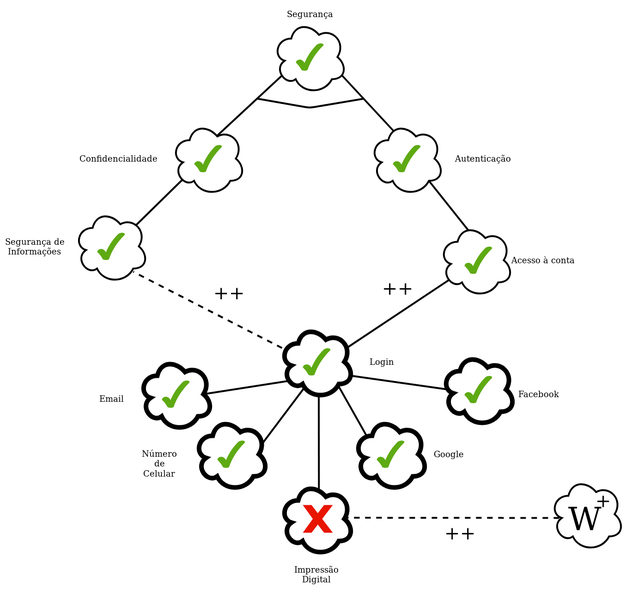
This is docs/assets/images/NFR/NFR-Confiabilidade.png from Requisitos-de-Software/2019.2-Deezer, a draw.io export, as it was before one commit. Source tidied: cells renumbered, new cells last; positions are measured from the earlier drawing's top-left corner, leaving out a move shared by most shapes.
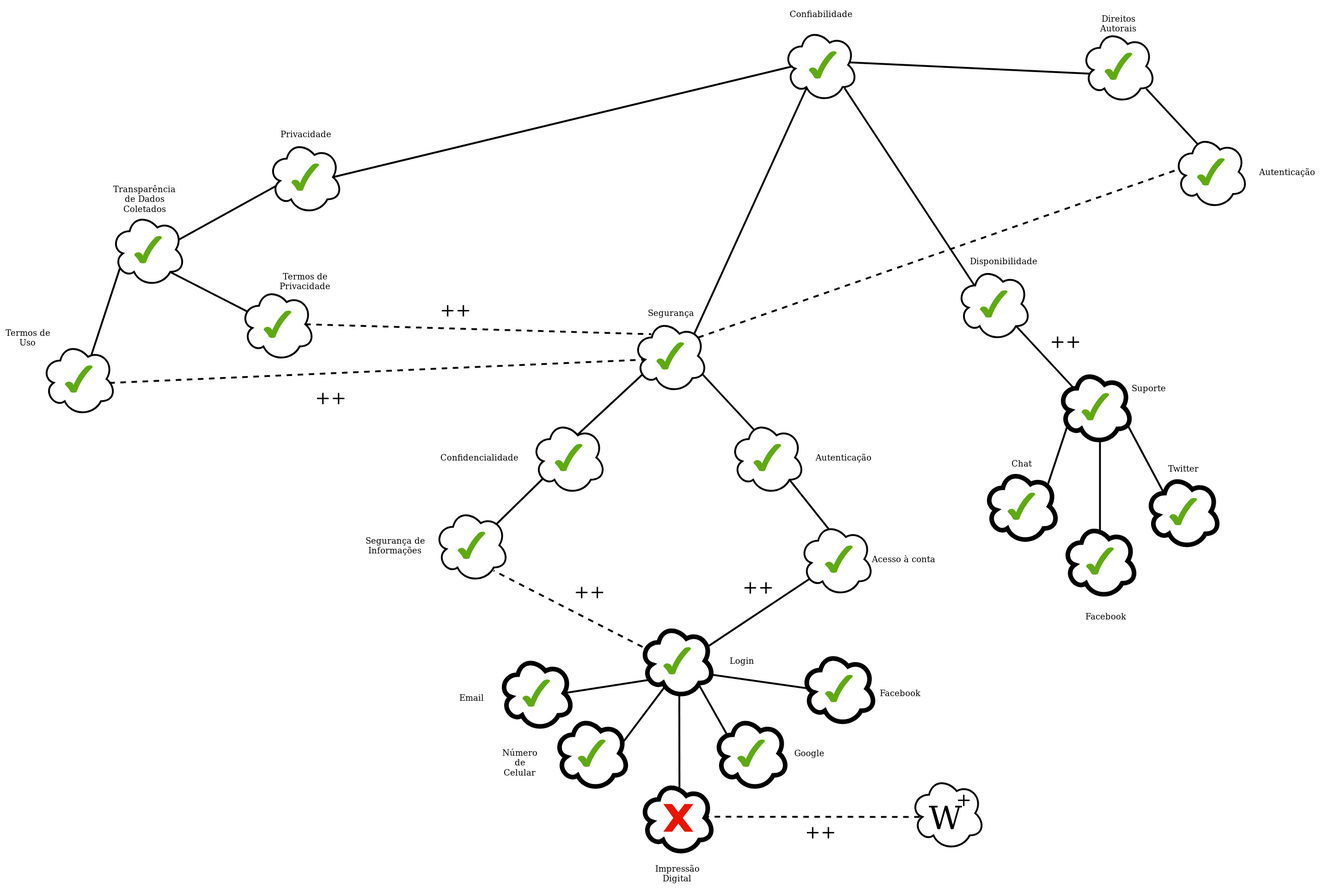
After the commit.

Diff of the diagram source:
```diff
@@ -20,15 +20,6 @@
         <mxPoint x="870" y="303" as="targetPoint" />
       </mxGeometry>
     </mxCell>
-    <mxCell id="6" style="endArrow=none;html=1;strokeWidth=4;" parent="1" edge="1">
-      <mxGeometry relative="1" as="geometry">
-        <mxPoint x="556" y="213" as="sourcePoint" />
-        <mxPoint x="788" y="213" as="targetPoint" />
-        <Array as="points">
-          <mxPoint x="670" y="233" />
-        </Array>
-      </mxGeometry>
-    </mxCell>
     <mxCell id="7" style="ellipse;shape=cloud;whiteSpace=wrap;html=1;strokeWidth=4;" parent="1" vertex="1">
       <mxGeometry x="370" y="263" width="160" height="160" as="geometry" />
     </mxCell>
@@ -193,5 +184,206 @@
     <mxCell id="53" value="&lt;font style=&quot;font-size: 40px&quot;&gt;+&lt;/font&gt;&lt;font style=&quot;font-size: 40px&quot;&gt;+&lt;/font&gt;" style="rounded=0;whiteSpace=wrap;html=1;strokeColor=none;fillColor=none;" parent="1" vertex="1">
       <mxGeometry x="960" y="1133" width="70" height="40" as="geometry" />
     </mxCell>
+    <mxCell id="54" style="ellipse;shape=cloud;whiteSpace=wrap;html=1;strokeWidth=4;" parent="1" vertex="1">
+      <mxGeometry x="915" y="-587" width="160" height="160" as="geometry" />
+    </mxCell>
+    <mxCell id="55" value="&lt;font style=&quot;font-size: 18px&quot;&gt;Confiabilidade&lt;/font&gt;" style="rounded=0;whiteSpace=wrap;html=1;strokeColor=none;fillColor=none;" parent="1" vertex="1">
+      <mxGeometry x="935" y="-647" width="120" height="60" as="geometry" />
+    </mxCell>
+    <mxCell id="56" style="verticalLabelPosition=bottom;verticalAlign=top;html=1;shape=mxgraph.basic.tick;strokeWidth=4;fillColor=#5EAA13;strokeColor=none;" parent="1" vertex="1">
+      <mxGeometry x="970" y="-537" width="60" height="60" as="geometry" />
+    </mxCell>
+    <mxCell id="57" style="endArrow=none;html=1;strokeWidth=4;exitX=0.819;exitY=0.213;exitDx=0;exitDy=0;exitPerimeter=0;" parent="1" edge="1" source="2">
+      <mxGeometry relative="1" as="geometry">
+        <mxPoint x="965" y="-457" as="targetPoint" />
+      </mxGeometry>
+    </mxCell>
+    <mxCell id="58" style="endArrow=none;html=1;strokeWidth=4;exitX=0.875;exitY=0.5;exitDx=0;exitDy=0;exitPerimeter=0;" parent="1" edge="1" source="59">
+      <mxGeometry relative="1" as="geometry">
+        <mxPoint x="935" y="-504" as="targetPoint" />
+      </mxGeometry>
+    </mxCell>
+    <mxCell id="59" style="ellipse;shape=cloud;whiteSpace=wrap;html=1;strokeWidth=4;" parent="1" vertex="1">
+      <mxGeometry x="-200" y="-344" width="160" height="160" as="geometry" />
+    </mxCell>
+    <mxCell id="60" value="&lt;font style=&quot;font-size: 18px&quot;&gt;Privacidade&lt;/font&gt;" style="rounded=0;whiteSpace=wrap;html=1;strokeColor=none;fillColor=none;" parent="1" vertex="1">
+      <mxGeometry x="-180" y="-387" width="120" height="60" as="geometry" />
+    </mxCell>
+    <mxCell id="61" style="verticalLabelPosition=bottom;verticalAlign=top;html=1;shape=mxgraph.basic.tick;strokeWidth=4;fillColor=#5EAA13;strokeColor=none;" parent="1" vertex="1">
+      <mxGeometry x="-150" y="-294" width="60" height="60" as="geometry" />
+    </mxCell>
+    <mxCell id="62" style="endArrow=none;html=1;strokeWidth=4;" parent="1" edge="1">
+      <mxGeometry relative="1" as="geometry">
+        <mxPoint x="-402" y="-124" as="sourcePoint" />
+        <mxPoint x="-183" y="-245" as="targetPoint" />
+      </mxGeometry>
+    </mxCell>
+    <mxCell id="63" style="ellipse;shape=cloud;whiteSpace=wrap;html=1;strokeWidth=4;" parent="1" vertex="1">
+      <mxGeometry x="-540" y="-187" width="160" height="160" as="geometry" />
+    </mxCell>
+    <mxCell id="64" style="verticalLabelPosition=bottom;verticalAlign=top;html=1;shape=mxgraph.basic.tick;strokeWidth=4;fillColor=#5EAA13;strokeColor=none;" parent="1" vertex="1">
+      <mxGeometry x="-490" y="-137" width="60" height="60" as="geometry" />
+    </mxCell>
+    <mxCell id="65" value="&lt;font style=&quot;font-size: 18px&quot;&gt;Transparência de Dados Coletados&lt;/font&gt;" style="rounded=0;whiteSpace=wrap;html=1;strokeColor=none;fillColor=none;" parent="1" vertex="1">
+      <mxGeometry x="-530" y="-247" width="120" height="60" as="geometry" />
+    </mxCell>
+    <mxCell id="66" style="endArrow=none;html=1;strokeWidth=4;" parent="1" edge="1">
+      <mxGeometry relative="1" as="geometry">
+        <mxPoint x="-590" y="143" as="sourcePoint" />
+        <mxPoint x="-521" y="-67" as="targetPoint" />
+      </mxGeometry>
+    </mxCell>
+    <mxCell id="67" style="endArrow=none;html=1;strokeWidth=4;entryX=0.1;entryY=0.334;entryDx=0;entryDy=0;entryPerimeter=0;" parent="1" edge="1">
+      <mxGeometry relative="1" as="geometry">
+        <mxPoint x="-411" y="-58" as="sourcePoint" />
+        <mxPoint x="-245" y="26.9" as="targetPoint" />
+      </mxGeometry>
+    </mxCell>
+    <mxCell id="68" style="ellipse;shape=cloud;whiteSpace=wrap;html=1;strokeWidth=4;" parent="1" vertex="1">
+      <mxGeometry x="-690" y="93" width="160" height="160" as="geometry" />
+    </mxCell>
+    <mxCell id="69" style="verticalLabelPosition=bottom;verticalAlign=top;html=1;shape=mxgraph.basic.tick;strokeWidth=4;fillColor=#5EAA13;strokeColor=none;" parent="1" vertex="1">
+      <mxGeometry x="-640" y="143" width="60" height="60" as="geometry" />
+    </mxCell>
+    <mxCell id="70" style="ellipse;shape=cloud;whiteSpace=wrap;html=1;strokeWidth=4;" parent="1" vertex="1">
+      <mxGeometry x="-260" y="-25.5" width="160" height="160" as="geometry" />
+    </mxCell>
+    <mxCell id="71" style="verticalLabelPosition=bottom;verticalAlign=top;html=1;shape=mxgraph.basic.tick;strokeWidth=4;fillColor=#5EAA13;strokeColor=none;" parent="1" vertex="1">
+      <mxGeometry x="-210" y="24.5" width="60" height="60" as="geometry" />
+    </mxCell>
+    <mxCell id="72" value="&lt;font style=&quot;font-size: 18px&quot;&gt;Termos de Uso&lt;br&gt;&lt;/font&gt;" style="rounded=0;whiteSpace=wrap;html=1;strokeColor=none;fillColor=none;" parent="1" vertex="1">
+      <mxGeometry x="-780" y="53" width="120" height="60" as="geometry" />
+    </mxCell>
+    <mxCell id="73" value="&lt;font style=&quot;font-size: 18px&quot;&gt;Termos de Privacidade&lt;br&gt;&lt;/font&gt;" style="rounded=0;whiteSpace=wrap;html=1;strokeColor=none;fillColor=none;" parent="1" vertex="1">
+      <mxGeometry x="-180" y="-68.5" width="120" height="60" as="geometry" />
+    </mxCell>
+    <mxCell id="74" style="endArrow=none;dashed=1;html=1;strokeWidth=4;exitX=0.875;exitY=0.5;exitDx=0;exitDy=0;exitPerimeter=0;entryX=0.244;entryY=0.206;entryDx=0;entryDy=0;entryPerimeter=0;" parent="1" edge="1" source="70" target="2">
+      <mxGeometry relative="1" as="geometry" />
+    </mxCell>
+    <mxCell id="75" value="&lt;font style=&quot;font-size: 40px&quot;&gt;+&lt;/font&gt;&lt;font style=&quot;font-size: 40px&quot;&gt;+&lt;/font&gt;" style="rounded=0;whiteSpace=wrap;html=1;strokeColor=none;fillColor=none;" parent="1" vertex="1">
+      <mxGeometry x="170" y="3" width="70" height="40" as="geometry" />
+    </mxCell>
+    <mxCell id="76" style="endArrow=none;dashed=1;html=1;strokeWidth=4;exitX=0.875;exitY=0.5;exitDx=0;exitDy=0;exitPerimeter=0;entryX=0.16;entryY=0.55;entryDx=0;entryDy=0;entryPerimeter=0;" parent="1" edge="1" target="2">
+      <mxGeometry relative="1" as="geometry">
+        <mxPoint x="-544" y="181.5" as="sourcePoint" />
+      </mxGeometry>
+    </mxCell>
+    <mxCell id="77" value="&lt;font style=&quot;font-size: 40px&quot;&gt;+&lt;/font&gt;&lt;font style=&quot;font-size: 40px&quot;&gt;+&lt;/font&gt;" style="rounded=0;whiteSpace=wrap;html=1;strokeColor=none;fillColor=none;" parent="1" vertex="1">
+      <mxGeometry x="-100" y="193" width="70" height="40" as="geometry" />
+    </mxCell>
+    <mxCell id="78" style="endArrow=none;html=1;strokeWidth=4;" parent="1" edge="1">
+      <mxGeometry relative="1" as="geometry">
+        <mxPoint x="1330" y="-27" as="sourcePoint" />
+        <mxPoint x="1047" y="-457" as="targetPoint" />
+      </mxGeometry>
+    </mxCell>
+    <mxCell id="79" style="ellipse;shape=cloud;whiteSpace=wrap;html=1;strokeWidth=4;" parent="1" vertex="1">
+      <mxGeometry x="1290" y="-69.5" width="160" height="160" as="geometry" />
+    </mxCell>
+    <mxCell id="80" value="&lt;font style=&quot;font-size: 18px&quot;&gt;Disponibilidade&lt;/font&gt;" style="rounded=0;whiteSpace=wrap;html=1;strokeColor=none;fillColor=none;" parent="1" vertex="1">
+      <mxGeometry x="1331" y="-112.5" width="120" height="60" as="geometry" />
+    </mxCell>
+    <mxCell id="81" style="verticalLabelPosition=bottom;verticalAlign=top;html=1;shape=mxgraph.basic.tick;strokeWidth=4;fillColor=#5EAA13;strokeColor=none;" parent="1" vertex="1">
+      <mxGeometry x="1340" y="-19.5" width="60" height="60" as="geometry" />
+    </mxCell>
+    <mxCell id="82" style="endArrow=none;html=1;strokeWidth=4;" parent="1" edge="1">
+      <mxGeometry relative="1" as="geometry">
+        <mxPoint x="1600" y="-487" as="sourcePoint" />
+        <mxPoint x="1057" y="-512.5" as="targetPoint" />
+      </mxGeometry>
+    </mxCell>
+    <mxCell id="83" style="ellipse;shape=cloud;whiteSpace=wrap;html=1;strokeWidth=4;" parent="1" vertex="1">
+      <mxGeometry x="1560" y="-584" width="160" height="160" as="geometry" />
+    </mxCell>
+    <mxCell id="84" value="&lt;font style=&quot;font-size: 18px&quot;&gt;Direitos Autorais&lt;br&gt;&lt;/font&gt;" style="rounded=0;whiteSpace=wrap;html=1;strokeColor=none;fillColor=none;" parent="1" vertex="1">
+      <mxGeometry x="1580" y="-627" width="120" height="60" as="geometry" />
+    </mxCell>
+    <mxCell id="85" style="verticalLabelPosition=bottom;verticalAlign=top;html=1;shape=mxgraph.basic.tick;strokeWidth=4;fillColor=#5EAA13;strokeColor=none;" parent="1" vertex="1">
+      <mxGeometry x="1610" y="-534" width="60" height="60" as="geometry" />
+    </mxCell>
+    <mxCell id="86" style="endArrow=none;html=1;strokeWidth=4;" parent="1" edge="1">
+      <mxGeometry relative="1" as="geometry">
+        <mxPoint x="1700" y="-455.5" as="sourcePoint" />
+        <mxPoint x="1830" y="-315.5" as="targetPoint" />
+      </mxGeometry>
+    </mxCell>
+    <mxCell id="87" style="ellipse;shape=cloud;whiteSpace=wrap;html=1;strokeWidth=4;" parent="1" vertex="1">
+      <mxGeometry x="1760" y="-355.5" width="160" height="160" as="geometry" />
+    </mxCell>
+    <mxCell id="88" value="&lt;font style=&quot;font-size: 18px&quot;&gt;Autenticação&lt;/font&gt;" style="rounded=0;whiteSpace=wrap;html=1;strokeColor=none;fillColor=none;" parent="1" vertex="1">
+      <mxGeometry x="1930" y="-325.5" width="150" height="100" as="geometry" />
+    </mxCell>
+    <mxCell id="89" style="verticalLabelPosition=bottom;verticalAlign=top;html=1;shape=mxgraph.basic.tick;strokeWidth=4;fillColor=#5EAA13;strokeColor=none;" parent="1" vertex="1">
+      <mxGeometry x="1810" y="-305.5" width="60" height="60" as="geometry" />
+    </mxCell>
+    <mxCell id="90" style="endArrow=none;dashed=1;html=1;strokeWidth=4;exitX=0.88;exitY=0.25;exitDx=0;exitDy=0;exitPerimeter=0;entryX=0.044;entryY=0.472;entryDx=0;entryDy=0;entryPerimeter=0;" parent="1" edge="1" source="2" target="87">
+      <mxGeometry relative="1" as="geometry" />
+    </mxCell>
+    <mxCell id="91" style="group;" parent="1" vertex="1">
+      <mxGeometry x="1350" y="273" width="510" height="444" as="geometry" />
+    </mxCell>
+    <mxCell id="92" style="endArrow=none;html=1;strokeWidth=4;" parent="91" edge="1">
+      <mxGeometry relative="1" as="geometry">
+        <mxPoint x="310" as="sourcePoint" />
+        <mxPoint x="390" y="150" as="targetPoint" />
+      </mxGeometry>
+    </mxCell>
+    <mxCell id="93" style="endArrow=none;html=1;strokeWidth=4;" parent="91" edge="1">
+      <mxGeometry relative="1" as="geometry">
+        <mxPoint x="180" as="sourcePoint" />
+        <mxPoint x="130" y="150" as="targetPoint" />
+      </mxGeometry>
+    </mxCell>
+    <mxCell id="94" style="endArrow=none;html=1;strokeWidth=4;" parent="91" edge="1">
+      <mxGeometry relative="1" as="geometry">
+        <mxPoint x="250" y="33" as="sourcePoint" />
+        <mxPoint x="250" y="284" as="targetPoint" />
+      </mxGeometry>
+    </mxCell>
+    <mxCell id="95" style="ellipse;shape=cloud;whiteSpace=wrap;html=1;strokeWidth=10;" parent="91" vertex="1">
+      <mxGeometry y="95.5" width="160" height="160" as="geometry" />
+    </mxCell>
+    <mxCell id="96" value="&lt;font style=&quot;font-size: 18px&quot;&gt;Chat&lt;/font&gt;" style="rounded=0;whiteSpace=wrap;html=1;strokeColor=none;fillColor=none;" parent="91" vertex="1">
+      <mxGeometry x="20" y="52.5" width="120" height="60" as="geometry" />
+    </mxCell>
+    <mxCell id="97" style="verticalLabelPosition=bottom;verticalAlign=top;html=1;shape=mxgraph.basic.tick;strokeWidth=4;fillColor=#5EAA13;strokeColor=none;" parent="91" vertex="1">
+      <mxGeometry x="50" y="145.5" width="60" height="60" as="geometry" />
+    </mxCell>
+    <mxCell id="98" style="ellipse;shape=cloud;whiteSpace=wrap;html=1;strokeWidth=10;" parent="91" vertex="1">
+      <mxGeometry x="170" y="214" width="160" height="160" as="geometry" />
+    </mxCell>
+    <mxCell id="99" style="verticalLabelPosition=bottom;verticalAlign=top;html=1;shape=mxgraph.basic.tick;strokeWidth=4;fillColor=#5EAA13;strokeColor=none;" parent="91" vertex="1">
+      <mxGeometry x="220" y="264" width="60" height="60" as="geometry" />
+    </mxCell>
+    <mxCell id="100" value="&lt;font style=&quot;font-size: 18px&quot;&gt;Facebook&lt;/font&gt;" style="rounded=0;whiteSpace=wrap;html=1;strokeColor=none;fillColor=none;" parent="91" vertex="1">
+      <mxGeometry x="200" y="384" width="120" height="60" as="geometry" />
+    </mxCell>
+    <mxCell id="101" style="ellipse;shape=cloud;whiteSpace=wrap;html=1;strokeWidth=10;" parent="91" vertex="1">
+      <mxGeometry x="350" y="107" width="160" height="160" as="geometry" />
+    </mxCell>
+    <mxCell id="102" value="&lt;font style=&quot;font-size: 18px&quot;&gt;Twitter&lt;/font&gt;" style="rounded=0;whiteSpace=wrap;html=1;strokeColor=none;fillColor=none;" parent="91" vertex="1">
+      <mxGeometry x="370" y="64" width="120" height="60" as="geometry" />
+    </mxCell>
+    <mxCell id="103" style="verticalLabelPosition=bottom;verticalAlign=top;html=1;shape=mxgraph.basic.tick;strokeWidth=4;fillColor=#5EAA13;strokeColor=none;" parent="91" vertex="1">
+      <mxGeometry x="400" y="157" width="60" height="60" as="geometry" />
+    </mxCell>
+    <mxCell id="104" style="endArrow=none;html=1;strokeWidth=4;" parent="1" edge="1">
+      <mxGeometry relative="1" as="geometry">
+        <mxPoint x="1420" y="60" as="sourcePoint" />
+        <mxPoint x="1550" y="200" as="targetPoint" />
+      </mxGeometry>
+    </mxCell>
+    <mxCell id="105" style="ellipse;shape=cloud;whiteSpace=wrap;html=1;strokeWidth=10;" parent="1" vertex="1">
+      <mxGeometry x="1510" y="153" width="160" height="160" as="geometry" />
+    </mxCell>
+    <mxCell id="106" style="verticalLabelPosition=bottom;verticalAlign=top;html=1;shape=mxgraph.basic.tick;strokeWidth=4;fillColor=#5EAA13;strokeColor=none;" parent="1" vertex="1">
+      <mxGeometry x="1560" y="203" width="60" height="60" as="geometry" />
+    </mxCell>
+    <mxCell id="107" value="&lt;font style=&quot;font-size: 18px&quot;&gt;Suporte&lt;/font&gt;" style="rounded=0;whiteSpace=wrap;html=1;strokeColor=none;fillColor=none;" parent="1" vertex="1">
+      <mxGeometry x="1660" y="153" width="90" height="80" as="geometry" />
+    </mxCell>
+    <mxCell id="108" value="&lt;font style=&quot;font-size: 40px&quot;&gt;+&lt;/font&gt;&lt;font style=&quot;font-size: 40px&quot;&gt;+&lt;/font&gt;" style="rounded=0;whiteSpace=wrap;html=1;strokeColor=none;fillColor=none;" parent="1" vertex="1">
+      <mxGeometry x="1490" y="70.5" width="70" height="40" as="geometry" />
+    </mxCell>
   </root>
 </mxGraphModel>
```
